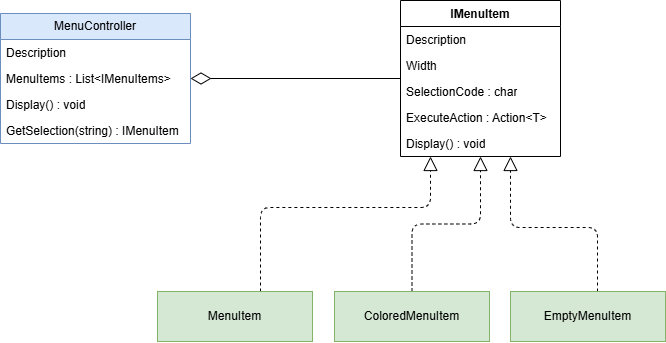
The draw.io diagram 20260129/ConsoleMenu.drawio.png in atillakati/sw_developer_2025_atilla, before a commit. Source tidied: cells renumbered, new cells last; positions are measured from the earlier drawing's top-left corner, leaving out a move shared by most shapes.
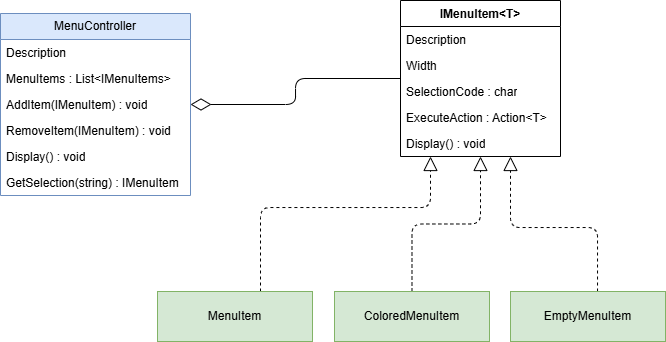
After the commit.

Change to the diagram source:
```diff
@@ -3,7 +3,7 @@
     <mxCell id="0" />
     <mxCell id="1" parent="0" />
     <mxCell id="2" value="MenuController" style="swimlane;fontStyle=0;horizontal=1;startSize=26;fillColor=#dae8fc;whiteSpace=wrap;html=1;strokeColor=#6c8ebf;" parent="1" vertex="1">
-      <mxGeometry y="13" width="190" height="130" as="geometry" />
+      <mxGeometry y="13" width="190" height="182" as="geometry" />
     </mxCell>
     <mxCell id="3" value="Description" style="text;strokeColor=none;fillColor=none;align=left;verticalAlign=top;spacingLeft=4;spacingRight=4;overflow=hidden;whiteSpace=wrap;html=1;" parent="2" vertex="1">
       <mxGeometry y="26" width="190" height="26" as="geometry" />
@@ -11,16 +11,22 @@
     <mxCell id="4" value="MenuItems : List&amp;lt;IMenuItems&amp;gt;" style="text;strokeColor=none;fillColor=none;align=left;verticalAlign=top;spacingLeft=4;spacingRight=4;overflow=hidden;whiteSpace=wrap;html=1;" parent="2" vertex="1">
       <mxGeometry y="52" width="190" height="26" as="geometry" />
     </mxCell>
+    <mxCell id="20" value="AddItem(IMenuItem) : void" style="text;strokeColor=none;fillColor=none;align=left;verticalAlign=top;spacingLeft=4;spacingRight=4;overflow=hidden;whiteSpace=wrap;html=1;" parent="2" vertex="1">
+      <mxGeometry y="78" width="190" height="26" as="geometry" />
+    </mxCell>
+    <mxCell id="21" value="RemoveItem(IMenuItem) : void" style="text;strokeColor=none;fillColor=none;align=left;verticalAlign=top;spacingLeft=4;spacingRight=4;overflow=hidden;whiteSpace=wrap;html=1;" parent="2" vertex="1">
+      <mxGeometry y="104" width="190" height="26" as="geometry" />
+    </mxCell>
     <mxCell id="5" value="Display() : void" style="text;strokeColor=none;fillColor=none;align=left;verticalAlign=top;spacingLeft=4;spacingRight=4;overflow=hidden;whiteSpace=wrap;html=1;" parent="2" vertex="1">
-      <mxGeometry y="78" width="190" height="26" as="geometry" />
+      <mxGeometry y="130" width="190" height="26" as="geometry" />
     </mxCell>
     <mxCell id="6" value="GetSelection(string) : IMenuItem" style="text;strokeColor=none;fillColor=none;align=left;verticalAlign=top;spacingLeft=4;spacingRight=4;overflow=hidden;whiteSpace=wrap;html=1;" parent="2" vertex="1">
-      <mxGeometry y="104" width="190" height="26" as="geometry" />
+      <mxGeometry y="156" width="190" height="26" as="geometry" />
     </mxCell>
     <mxCell id="7" style="edgeStyle=orthogonalEdgeStyle;html=1;endArrow=diamondThin;endFill=0;endSize=18;" parent="1" edge="1" source="8" target="2">
       <mxGeometry relative="1" as="geometry" />
     </mxCell>
-    <mxCell id="8" value="IMenuItem" style="swimlane;fontStyle=1;align=center;verticalAlign=top;horizontal=1;startSize=26;whiteSpace=wrap;html=1;" parent="1" vertex="1">
+    <mxCell id="8" value="IMenuItem&amp;lt;T&amp;gt;" style="swimlane;fontStyle=1;align=center;verticalAlign=top;horizontal=1;startSize=26;whiteSpace=wrap;html=1;" parent="1" vertex="1">
       <mxGeometry x="400" width="160" height="156" as="geometry" />
     </mxCell>
     <mxCell id="9" value="Description" style="text;strokeColor=none;fillColor=none;align=left;verticalAlign=top;spacingLeft=4;spacingRight=4;overflow=hidden;whiteSpace=wrap;html=1;" parent="8" vertex="1">
```
